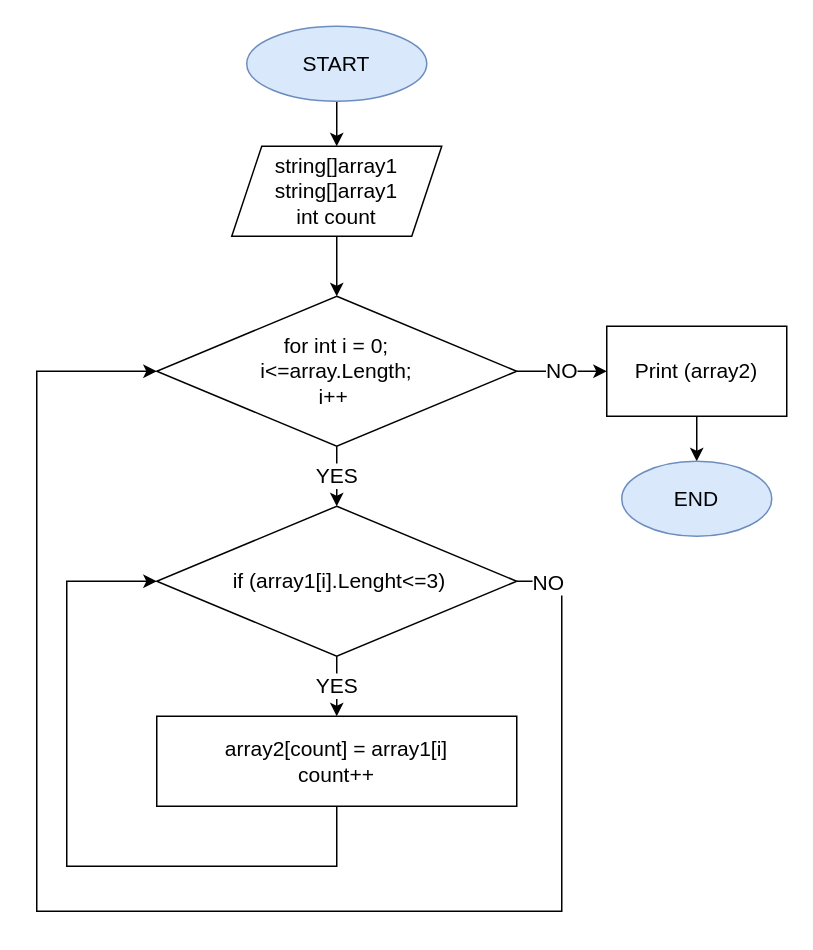
Before: Блок-схема.drawio in NatalyaKregel/1ControlWork, a draw.io diagram. Source tidied: cells renumbered, new cells numbered last; positions are measured from the earlier drawing's top-left corner, leaving out a move shared by most shapes. Both pictures are drawn from the tidied source at 150%, with x=0, y=0 at pixel (36, 26).
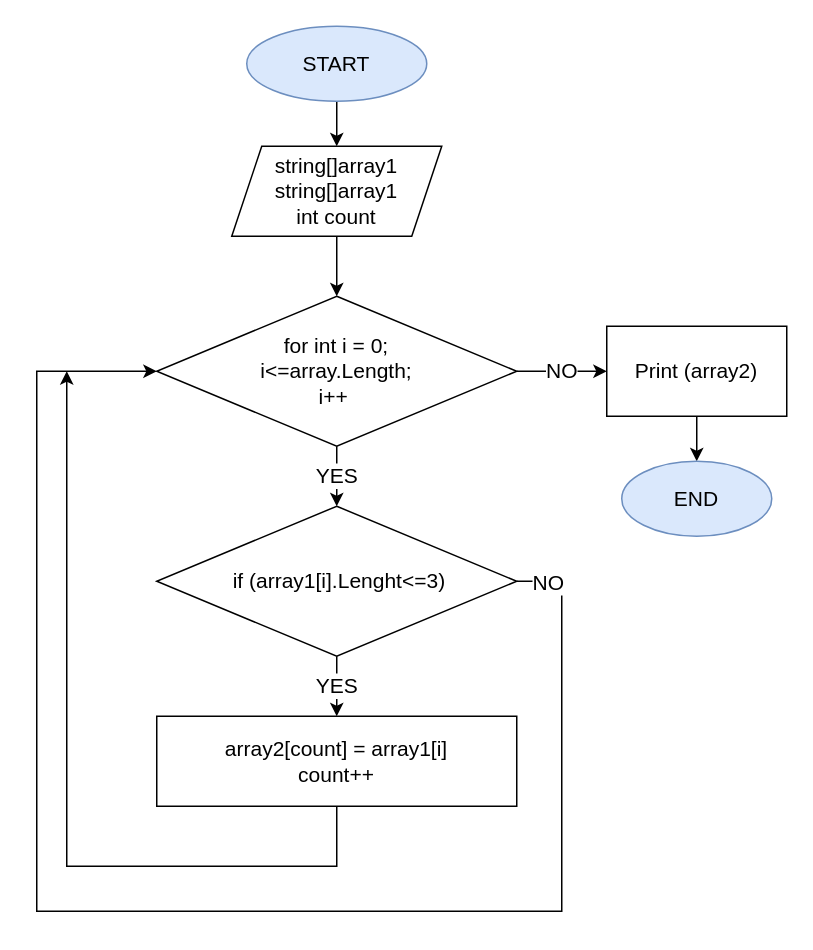
Above is the later version.

The change refers to these unchanged cells:
```xml
<mxCell id="8" value="&lt;font style=&quot;vertical-align: inherit; font-size: 14px;&quot;&gt;&lt;font style=&quot;vertical-align: inherit; font-size: 14px;&quot;&gt;for int i = 0; &lt;br style=&quot;font-size: 14px;&quot;&gt;i&amp;lt;=array.Length; &lt;br style=&quot;font-size: 14px;&quot;&gt;i++&amp;nbsp;&lt;/font&gt;&lt;/font&gt;" style="rhombus;whiteSpace=wrap;html=1;fontSize=14;" parent="1" vertex="1">
  <mxGeometry x="80" y="180" width="240" height="100" as="geometry" />
</mxCell>
<mxCell id="10" value="&amp;nbsp;if (array1[i].Lenght&amp;lt;=3)" style="rhombus;whiteSpace=wrap;html=1;fontSize=14;" parent="1" vertex="1">
  <mxGeometry x="80" y="320" width="240" height="100" as="geometry" />
</mxCell>
<mxCell id="14" value="аrray2[count] = array1[i]&lt;br&gt;count++&lt;br&gt;" style="rounded=0;whiteSpace=wrap;html=1;fontSize=14;" parent="1" vertex="1">
  <mxGeometry x="80" y="460" width="240" height="60" as="geometry" />
</mxCell>
```

Diff of the diagram source:
```diff
@@
-    <mxCell id="11" style="edgeStyle=orthogonalEdgeStyle;rounded=0;jettySize=auto;html=1;entryX=0;entryY=0.5;entryDx=0;entryDy=0;fontSize=14;" parent="1" edge="1" source="14" target="10">
+    <mxCell id="11" style="edgeStyle=orthogonalEdgeStyle;rounded=0;jettySize=auto;html=1;fontSize=14;" parent="1" edge="1" source="14">
       <mxGeometry relative="1" as="geometry">
+        <mxPoint x="20" y="230" as="targetPoint" />
         <Array as="points">
           <mxPoint x="200" y="560" />
           <mxPoint x="20" y="560" />
           <mxPoint x="20" y="370" />
         </Array>
       </mxGeometry>
     </mxCell>
-    <mxCell id="12" style="edgeStyle=orthogonalEdgeStyle;rounded=0;jettySize=auto;html=1;fontSize=14;entryX=0;entryY=0.5;entryDx=0;entryDy=0;exitX=1;exitY=0.5;exitDx=0;exitDy=0;" parent="1" edge="1" source="10" target="8">
+    <mxCell id="12" style="edgeStyle=orthogonalEdgeStyle;rounded=0;jettySize=auto;html=1;fontSize=14;exitX=1;exitY=0.5;exitDx=0;exitDy=0;entryX=0;entryY=0.5;entryDx=0;entryDy=0;" parent="1" edge="1" source="10" target="8">
       <mxGeometry relative="1" as="geometry">
         <Array as="points">
           <mxPoint x="350" y="370" />
           <mxPoint x="350" y="590" />
           <mxPoint y="590" />
           <mxPoint y="230" />
         </Array>
       </mxGeometry>
     </mxCell>
```
